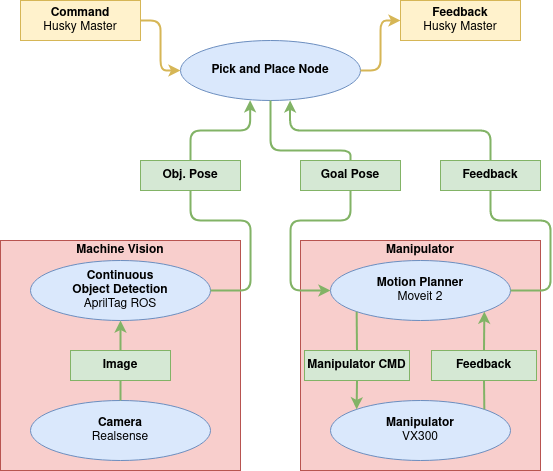
This is Figures/figPickAndPlaceMethod.drawio.png from orjano-max/ORJANOS_MASTER_REPO, a draw.io export, as it was before one commit. Source tidied: cells renumbered, new cells last; positions are measured from the earlier drawing's top-left corner, leaving out a move shared by most shapes.
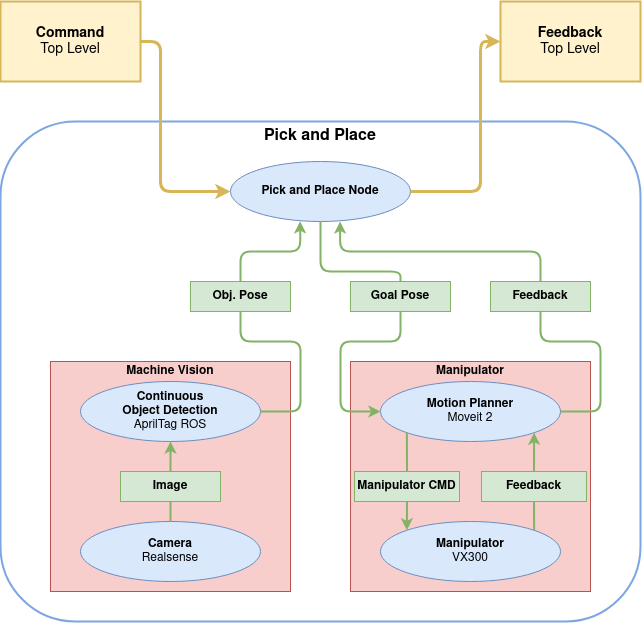
The same file after the commit.

Diff of the diagram source:
```diff
@@ -2,6 +2,9 @@
   <root>
     <mxCell id="0" />
     <mxCell id="1" parent="0" />
+    <mxCell id="36" style="rounded=1;whiteSpace=wrap;html=1;strokeWidth=2;strokeColor=#7EA6E0;" parent="1" vertex="1">
+      <mxGeometry x="-50" width="640" height="500" as="geometry" />
+    </mxCell>
     <mxCell id="2" value="&lt;b&gt;Obj. Pose&lt;br&gt;&lt;/b&gt;" style="rounded=0;whiteSpace=wrap;html=1;fillColor=#d5e8d4;strokeColor=#82b366;" parent="1" vertex="1">
       <mxGeometry x="140" y="160" width="100" height="30" as="geometry" />
     </mxCell>
@@ -97,25 +100,25 @@
         </Array>
       </mxGeometry>
     </mxCell>
-    <mxCell id="22" style="edgeStyle=orthogonalEdgeStyle;jettySize=auto;html=1;fillColor=#fff2cc;strokeColor=#d6b656;strokeWidth=2;rounded=1;endArrow=classic;endFill=1;entryX=0;entryY=0.5;entryDx=0;entryDy=0;exitX=1;exitY=0.5;exitDx=0;exitDy=0;" parent="1" edge="1" source="23" target="4">
+    <mxCell id="22" style="edgeStyle=orthogonalEdgeStyle;jettySize=auto;html=1;fillColor=#fff2cc;strokeColor=#d6b656;strokeWidth=3;rounded=1;endArrow=classic;endFill=1;entryX=0;entryY=0.5;entryDx=0;entryDy=0;exitX=1;exitY=0.5;exitDx=0;exitDy=0;" parent="1" edge="1" source="23" target="4">
       <mxGeometry relative="1" as="geometry">
         <Array as="points">
-          <mxPoint x="160" y="20" />
-          <mxPoint x="160" y="70" />
+          <mxPoint x="110" y="-80" />
+          <mxPoint x="110" y="70" />
         </Array>
       </mxGeometry>
     </mxCell>
-    <mxCell id="23" value="&lt;b&gt;Command&lt;br&gt;&lt;/b&gt;Husky Master" style="rounded=0;whiteSpace=wrap;html=1;fillColor=#fff2cc;strokeColor=#d6b656;" parent="1" vertex="1">
-      <mxGeometry x="20" width="120" height="40" as="geometry" />
+    <mxCell id="23" value="&lt;font style=&quot;font-size: 14px;&quot;&gt;&lt;b&gt;Command&lt;br&gt;&lt;/b&gt;Top Level&lt;/font&gt;" style="rounded=0;whiteSpace=wrap;html=1;fillColor=#fff2cc;strokeColor=#d6b656;strokeWidth=2;" parent="1" vertex="1">
+      <mxGeometry x="-50" y="-120" width="140" height="80" as="geometry" />
     </mxCell>
-    <mxCell id="24" value="&lt;b&gt;Feedback&lt;br&gt;&lt;/b&gt;Husky Master" style="rounded=0;whiteSpace=wrap;html=1;fillColor=#fff2cc;strokeColor=#d6b656;" parent="1" vertex="1">
-      <mxGeometry x="400" width="120" height="40" as="geometry" />
+    <mxCell id="24" value="&lt;font style=&quot;font-size: 14px;&quot;&gt;&lt;b&gt;Feedback&lt;br&gt;&lt;/b&gt;Top Level&lt;/font&gt;" style="rounded=0;whiteSpace=wrap;html=1;fillColor=#fff2cc;strokeColor=#d6b656;strokeWidth=2;" parent="1" vertex="1">
+      <mxGeometry x="450" y="-120" width="140" height="80" as="geometry" />
     </mxCell>
-    <mxCell id="25" style="edgeStyle=orthogonalEdgeStyle;jettySize=auto;html=1;fillColor=#fff2cc;strokeColor=#d6b656;strokeWidth=2;rounded=1;endArrow=classic;endFill=1;entryX=0;entryY=0.5;entryDx=0;entryDy=0;exitX=1;exitY=0.5;exitDx=0;exitDy=0;" parent="1" edge="1" source="4" target="24">
+    <mxCell id="25" style="edgeStyle=orthogonalEdgeStyle;jettySize=auto;html=1;fillColor=#fff2cc;strokeColor=#d6b656;strokeWidth=3;rounded=1;endArrow=classic;endFill=1;entryX=0;entryY=0.5;entryDx=0;entryDy=0;exitX=1;exitY=0.5;exitDx=0;exitDy=0;" parent="1" edge="1" source="4" target="24">
       <mxGeometry relative="1" as="geometry">
         <Array as="points">
-          <mxPoint x="380" y="70" />
-          <mxPoint x="380" y="20" />
+          <mxPoint x="430" y="70" />
+          <mxPoint x="430" y="-80" />
         </Array>
       </mxGeometry>
     </mxCell>
@@ -155,5 +158,8 @@
         </Array>
       </mxGeometry>
     </mxCell>
+    <mxCell id="37" value="&lt;b&gt;&lt;font style=&quot;font-size: 16px;&quot;&gt;Pick and Place&lt;br&gt;&lt;/font&gt;&lt;/b&gt;" style="text;html=1;strokeColor=none;fillColor=none;align=center;verticalAlign=middle;whiteSpace=wrap;rounded=0;" parent="1" vertex="1">
+      <mxGeometry x="205" width="130" height="30" as="geometry" />
+    </mxCell>
   </root>
 </mxGraphModel>
```
